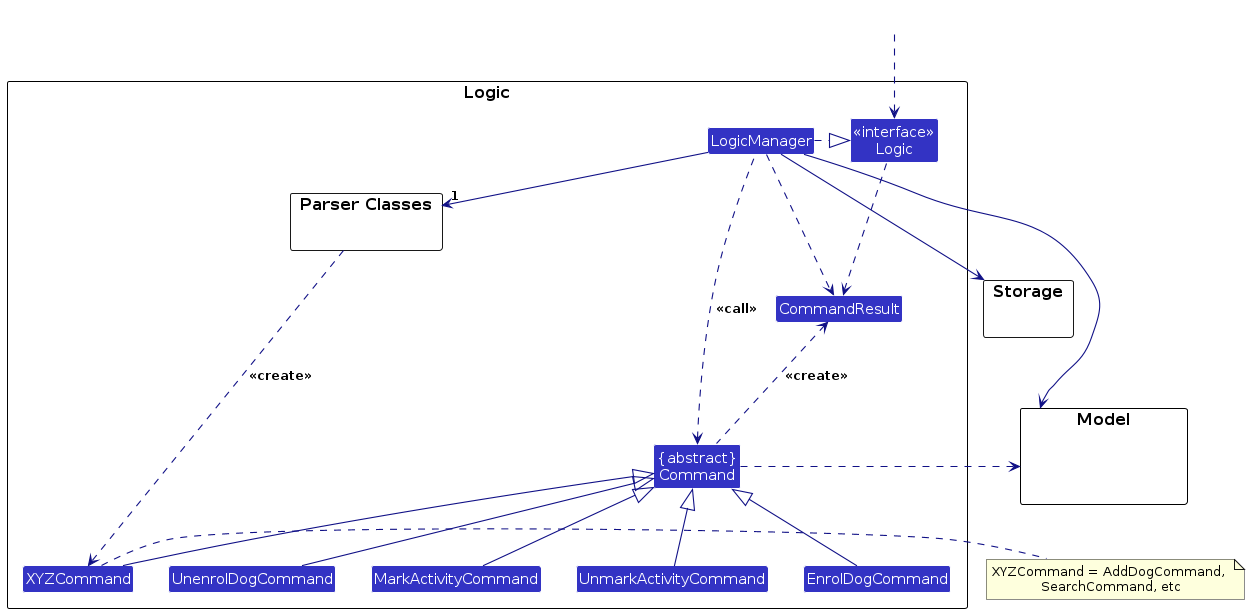
AY2627S1-CS2103T-T15-4/tp keeps this PlantUML diagram as diagrams/LogicClassDiagram.png. Above is the earlier version. Its source is kept beside it as diagrams/LogicClassDiagram.puml.
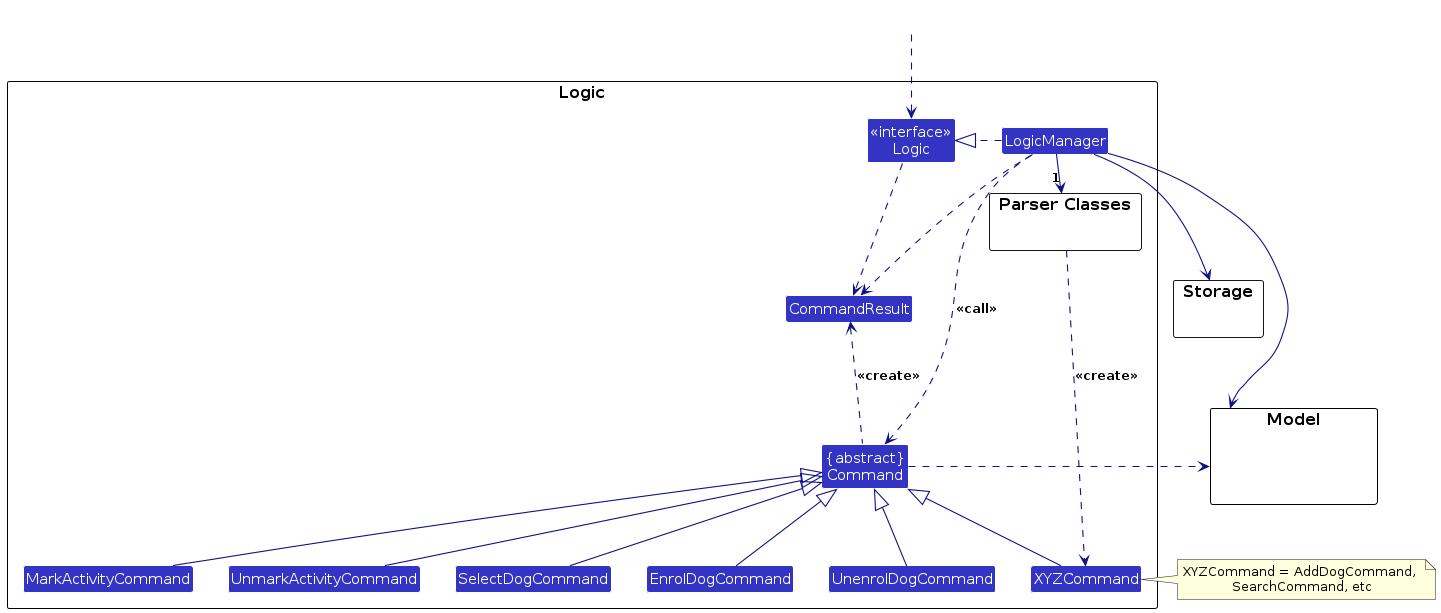
Later version of the same file.

What changed in the source:
```diff
@@ -13,6 +13,7 @@
 Class UnenrolDogCommand
 Class MarkActivityCommand
 Class UnmarkActivityCommand
+Class SelectDogCommand
 Class CommandResult
 Class "{abstract}\nCommand" as Command
 
@@ -40,6 +41,7 @@
 UnenrolDogCommand -up-|> Command
 MarkActivityCommand -up-|> Command
 UnmarkActivityCommand -up-|> Command
+SelectDogCommand -up-|> Command
 LogicManager .left.> Command : <<call>>
 
 LogicManager --> Model
```
